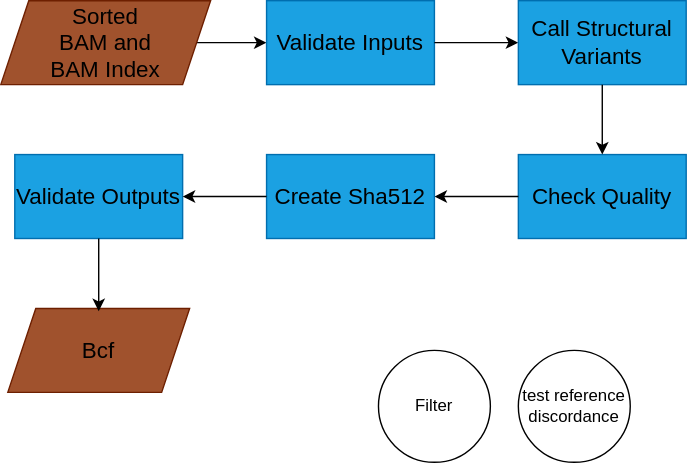
This is call-gSV-flowchart-diagram.drawio.svg from uclahs-cds/pipeline-call-gSV, a draw.io export, as it was before one commit. Source tidied: cells renumbered, new cells last; positions are measured from the earlier drawing's top-left corner, leaving out a move shared by most shapes. The source it was exported from:
```xml
<mxGraphModel>
  <root>
    <mxCell id="0" />
    <mxCell id="1" parent="0" />
    <mxCell id="2" style="endArrow=classic;html=1;entryX=0;entryY=0.5;entryDx=0;entryDy=0;exitX=1;exitY=0.5;exitDx=0;exitDy=0;strokeColor=#000000;" parent="1" edge="1" source="5" target="6">
      <mxGeometry relative="1" as="geometry" />
    </mxCell>
    <mxCell id="3" value="Filter" style="ellipse;whiteSpace=wrap;html=1;" parent="1" vertex="1">
      <mxGeometry x="270" y="250" width="80" height="80" as="geometry" />
    </mxCell>
    <mxCell id="4" value="test reference discordance" style="ellipse;whiteSpace=wrap;html=1;" parent="1" vertex="1">
      <mxGeometry x="370" y="250" width="80" height="80" as="geometry" />
    </mxCell>
    <mxCell id="5" value="Sorted &lt;br style=&quot;font-size: 16px;&quot;&gt;BAM and &lt;br style=&quot;font-size: 16px;&quot;&gt;BAM Index" style="shape=parallelogram;perimeter=parallelogramPerimeter;whiteSpace=wrap;html=1;fixedSize=1;fillColor=#a0522d;strokeColor=#6D1F00;fontSize=16;fontColor=#000000;" parent="1" vertex="1">
      <mxGeometry width="150" height="60" as="geometry" />
    </mxCell>
    <mxCell id="6" value="Validate Inputs" style="rounded=0;whiteSpace=wrap;html=1;fillColor=#1ba1e2;strokeColor=#006EAF;fontColor=#000000;fontSize=16;" parent="1" vertex="1">
      <mxGeometry x="190" width="120" height="60" as="geometry" />
    </mxCell>
    <mxCell id="7" style="edgeStyle=orthogonalEdgeStyle;rounded=0;jettySize=auto;html=1;exitX=1;exitY=0.5;exitDx=0;exitDy=0;entryX=0;entryY=0.5;entryDx=0;entryDy=0;strokeColor=#000000;" parent="1" edge="1" source="6" target="8">
      <mxGeometry relative="1" as="geometry" />
    </mxCell>
    <mxCell id="8" value="Call Structural Variants" style="rounded=0;whiteSpace=wrap;html=1;fillColor=#1ba1e2;strokeColor=#006EAF;fontColor=#000000;fontSize=16;" parent="1" vertex="1">
      <mxGeometry x="370" width="120" height="60" as="geometry" />
    </mxCell>
    <mxCell id="9" value="Check Quality" style="rounded=0;whiteSpace=wrap;html=1;fillColor=#1ba1e2;strokeColor=#006EAF;fontColor=#000000;fontSize=16;" parent="1" vertex="1">
      <mxGeometry x="370" y="110" width="120" height="60" as="geometry" />
    </mxCell>
    <mxCell id="10" style="edgeStyle=orthogonalEdgeStyle;rounded=0;jettySize=auto;html=1;exitX=0.5;exitY=1;exitDx=0;exitDy=0;entryX=0.5;entryY=0;entryDx=0;entryDy=0;strokeColor=#000000;" parent="1" edge="1" source="8" target="9">
      <mxGeometry relative="1" as="geometry" />
    </mxCell>
    <mxCell id="11" style="edgeStyle=orthogonalEdgeStyle;rounded=0;jettySize=auto;html=1;exitX=0;exitY=0.5;exitDx=0;exitDy=0;entryX=1;entryY=0.5;entryDx=0;entryDy=0;strokeColor=#000000;" parent="1" edge="1" source="9" target="12">
      <mxGeometry relative="1" as="geometry" />
    </mxCell>
    <mxCell id="12" value="Create Sha512" style="rounded=0;whiteSpace=wrap;html=1;fillColor=#1ba1e2;strokeColor=#006EAF;fontColor=#000000;fontSize=16;" parent="1" vertex="1">
      <mxGeometry x="190" y="110" width="120" height="60" as="geometry" />
    </mxCell>
    <mxCell id="13" value="Validate Outputs" style="rounded=0;whiteSpace=wrap;html=1;fillColor=#1ba1e2;strokeColor=#006EAF;fontColor=#000000;fontSize=16;" parent="1" vertex="1">
      <mxGeometry x="10" y="110" width="120" height="60" as="geometry" />
    </mxCell>
    <mxCell id="14" value="Bcf" style="shape=parallelogram;perimeter=parallelogramPerimeter;whiteSpace=wrap;html=1;fixedSize=1;fillColor=#a0522d;strokeColor=#6D1F00;fontSize=16;fontColor=#000000;" parent="1" vertex="1">
      <mxGeometry x="5" y="220" width="130" height="60" as="geometry" />
    </mxCell>
    <mxCell id="15" style="edgeStyle=orthogonalEdgeStyle;rounded=0;jettySize=auto;html=1;strokeColor=#000000;" parent="1" edge="1" target="13">
      <mxGeometry relative="1" as="geometry">
        <mxPoint x="190" y="140" as="sourcePoint" />
      </mxGeometry>
    </mxCell>
    <mxCell id="16" style="edgeStyle=orthogonalEdgeStyle;rounded=0;jettySize=auto;html=1;exitX=0.5;exitY=1;exitDx=0;exitDy=0;strokeColor=#000000;" parent="1" edge="1" source="13">
      <mxGeometry relative="1" as="geometry">
        <mxPoint x="70" y="222" as="targetPoint" />
      </mxGeometry>
    </mxCell>
  </root>
</mxGraphModel>
```
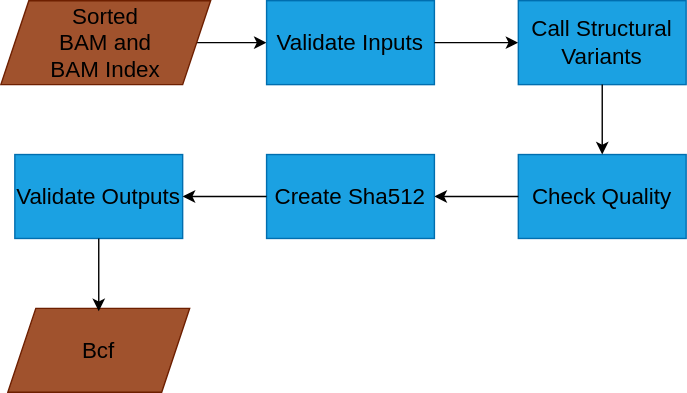
After the change.

Commit message:
updated acyclic graph image

What changed in the source:
```diff
@@ -5,12 +5,6 @@
     <mxCell id="2" style="endArrow=classic;html=1;entryX=0;entryY=0.5;entryDx=0;entryDy=0;exitX=1;exitY=0.5;exitDx=0;exitDy=0;strokeColor=#000000;" parent="1" edge="1" source="5" target="6">
       <mxGeometry relative="1" as="geometry" />
     </mxCell>
-    <mxCell id="3" value="Filter" style="ellipse;whiteSpace=wrap;html=1;" parent="1" vertex="1">
-      <mxGeometry x="270" y="250" width="80" height="80" as="geometry" />
-    </mxCell>
-    <mxCell id="4" value="test reference discordance" style="ellipse;whiteSpace=wrap;html=1;" parent="1" vertex="1">
-      <mxGeometry x="370" y="250" width="80" height="80" as="geometry" />
-    </mxCell>
     <mxCell id="5" value="Sorted &lt;br style=&quot;font-size: 16px;&quot;&gt;BAM and &lt;br style=&quot;font-size: 16px;&quot;&gt;BAM Index" style="shape=parallelogram;perimeter=parallelogramPerimeter;whiteSpace=wrap;html=1;fixedSize=1;fillColor=#a0522d;strokeColor=#6D1F00;fontSize=16;fontColor=#000000;" parent="1" vertex="1">
       <mxGeometry width="150" height="60" as="geometry" />
     </mxCell>
```
